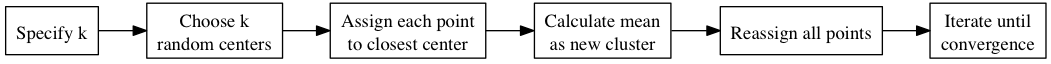
The Graphviz diagram Figures/graphs/k_means.png in rvlasveld/thesis, before a commit. Its source is kept beside it as Figures/graphs/k_means.dot. The source it was exported from:
```dot
digraph G {
  rankdir=LR
  node [shape=box]
  "Specify k" -> "Choose k\nrandom centers" -> "Assign each point\nto closest center" -> "Calculate mean\nas new cluster" -> "Reassign all points" -> "Iterate until\nconvergence"
}
```
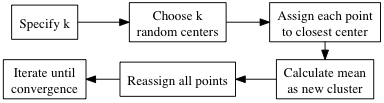
Later version of the same file.

Commit message:
K-means graph

Diff of the diagram source:
```diff
@@ -1,5 +1,17 @@
 digraph G {
   rankdir=LR
+  size = "4,4"
   node [shape=box]
-  "Specify k" -> "Choose k\nrandom centers" -> "Assign each point\nto closest center" -> "Calculate mean\nas new cluster" -> "Reassign all points" -> "Iterate until\nconvergence"
+
+  1 [label="Specify k"]
+  2 [label="Choose k\nrandom centers"]
+  3 [label="Assign each point\nto closest center"]
+  4 [label="Calculate mean\nas new cluster"]
+  5 [label="Reassign all points"]
+  6 [label="Iterate until\nconvergence"]
+
+  { rank = same; 1; 6}
+  { rank = same; 2; 5}
+  { rank = same; 3; 4}
+  1 -> 2 -> 3 -> 4 -> 5 -> 6
 }
```
